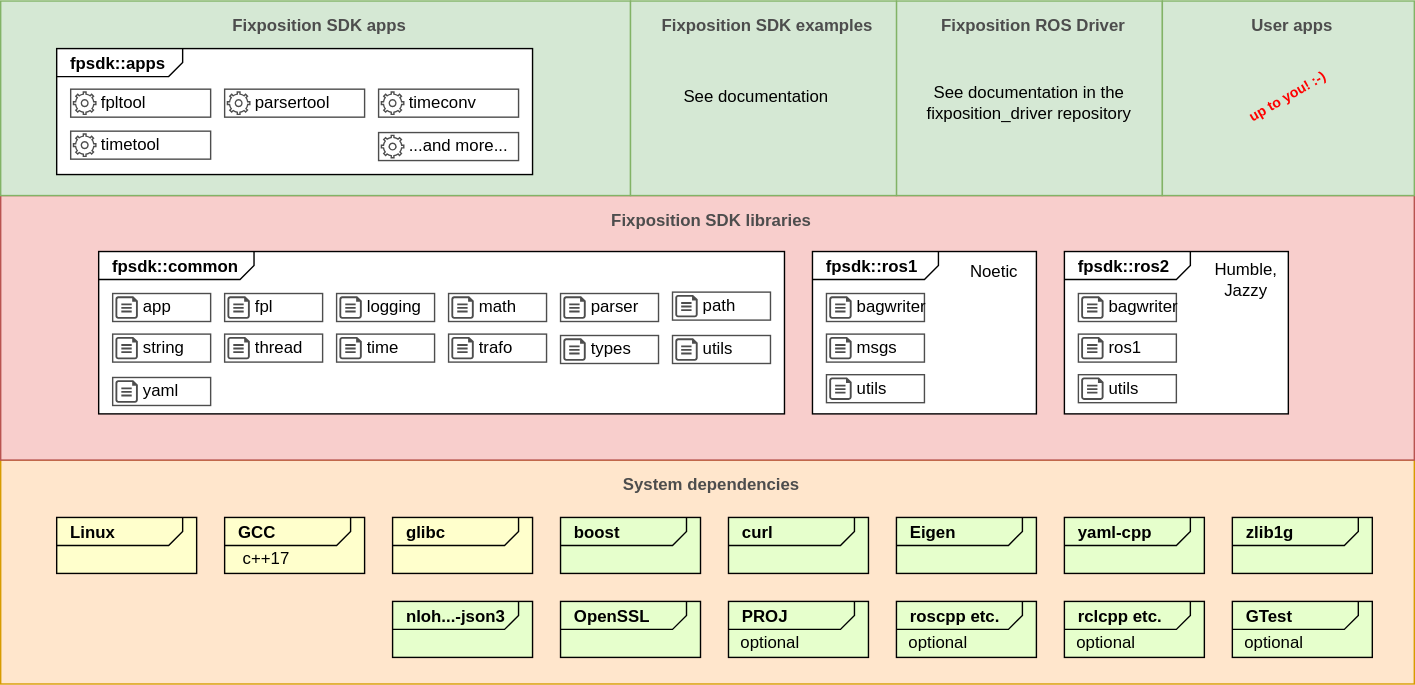
The draw.io diagram fpsdk_doc/fpsdk-overview.drawio.svg in fixposition/fixposition-sdk, before a commit. Source tidied: cells renumbered, new cells last; positions are measured from the earlier drawing's top-left corner, leaving out a move shared by most shapes.
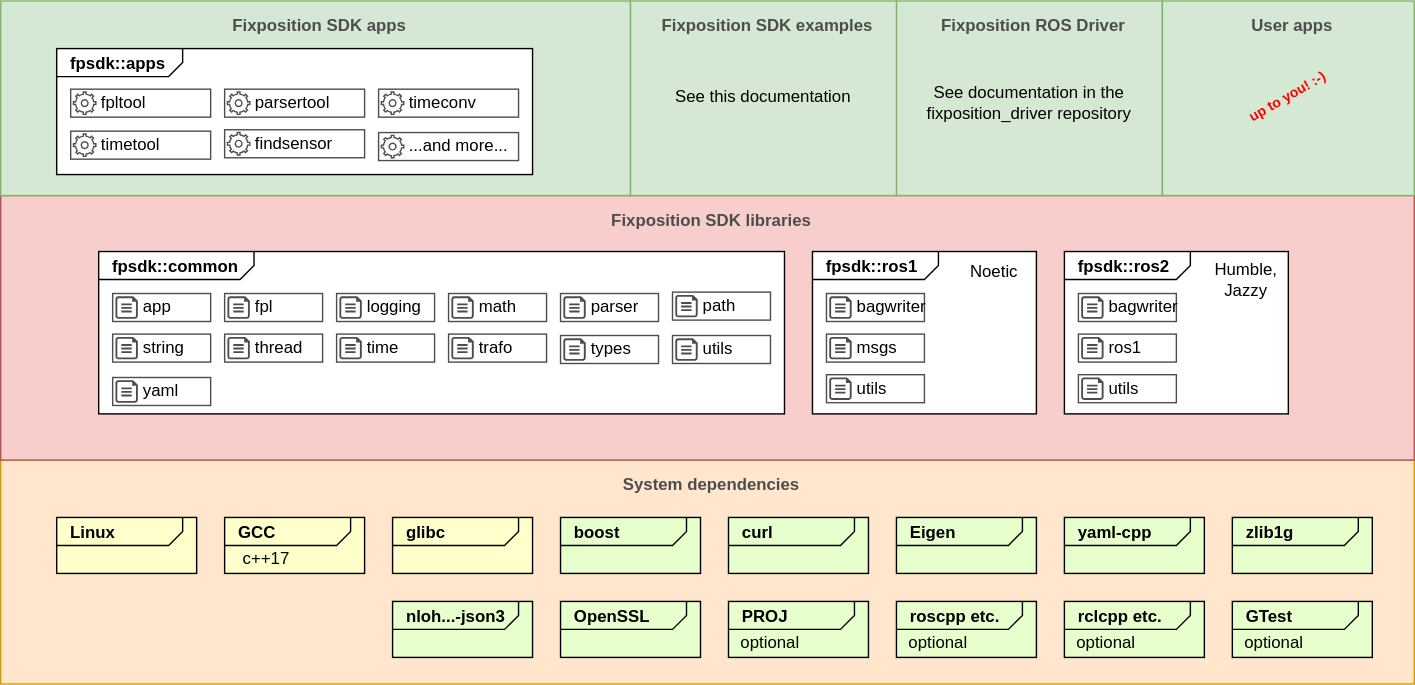
After the change.

Commit message:
Add findsensor app (#193)

The edit, as a diff of the source:
```diff
@@ -272,8 +272,8 @@
     <mxCell id="91" value="Fixposition SDK examples" style="whiteSpace=wrap;html=1;strokeColor=#82b366;strokeWidth=1;fontSize=12;fillColor=#d5e8d4;verticalAlign=top;align=center;fontStyle=1;spacingLeft=6;fontColor=#4D4D4D;spacingTop=4;" parent="1" vertex="1">
       <mxGeometry x="450" width="190" height="139" as="geometry" />
     </mxCell>
-    <mxCell id="92" value="See documentation" style="text;strokeColor=none;align=center;fillColor=none;html=1;verticalAlign=middle;whiteSpace=wrap;rounded=0;" parent="1" vertex="1">
-      <mxGeometry x="480" y="59" width="120" height="20" as="geometry" />
+    <mxCell id="92" value="See this documentation" style="text;strokeColor=none;align=center;fillColor=none;html=1;verticalAlign=middle;whiteSpace=wrap;rounded=0;" parent="1" vertex="1">
+      <mxGeometry x="480" y="59" width="130" height="20" as="geometry" />
     </mxCell>
     <mxCell id="93" value="See documentation in the&amp;nbsp;&lt;span style=&quot;color: rgb(0, 0, 0);&quot;&gt;fixposition_driver repository&lt;/span&gt;" style="text;strokeColor=none;align=center;fillColor=none;html=1;verticalAlign=middle;whiteSpace=wrap;rounded=0;" parent="1" vertex="1">
       <mxGeometry x="660" y="38" width="150" height="70" as="geometry" />
@@ -332,5 +332,14 @@
     <mxCell id="111" style="verticalLabelPosition=bottom;html=1;verticalAlign=top;align=center;strokeColor=none;fillColor=#4D4D4D;shape=mxgraph.azure.cloud_services_configuration_file;fontSize=12;" parent="109" vertex="1">
       <mxGeometry x="2" y="2" width="16" height="16" as="geometry" />
     </mxCell>
+    <mxCell id="112" style="group;" parent="1" vertex="1">
+      <mxGeometry x="160" y="92" width="100" height="20" as="geometry" />
+    </mxCell>
+    <mxCell id="113" style="html=1;verticalLabelPosition=bottom;align=center;labelBackgroundColor=#ffffff;verticalAlign=top;strokeWidth=1;strokeColor=#4D4D4D;shadow=0;dashed=0;shape=mxgraph.ios7.icons.settings;fontSize=12;fillColor=none;" parent="112" vertex="1">
+      <mxGeometry x="2" y="2" width="16" height="16" as="geometry" />
+    </mxCell>
+    <mxCell id="114" value="findsensor" style="whiteSpace=wrap;html=1;strokeColor=#4D4D4D;strokeWidth=1;fontSize=12;fillColor=none;align=left;spacingLeft=20;" parent="112" vertex="1">
+      <mxGeometry width="100" height="20" as="geometry" />
+    </mxCell>
   </root>
 </mxGraphModel>
```
